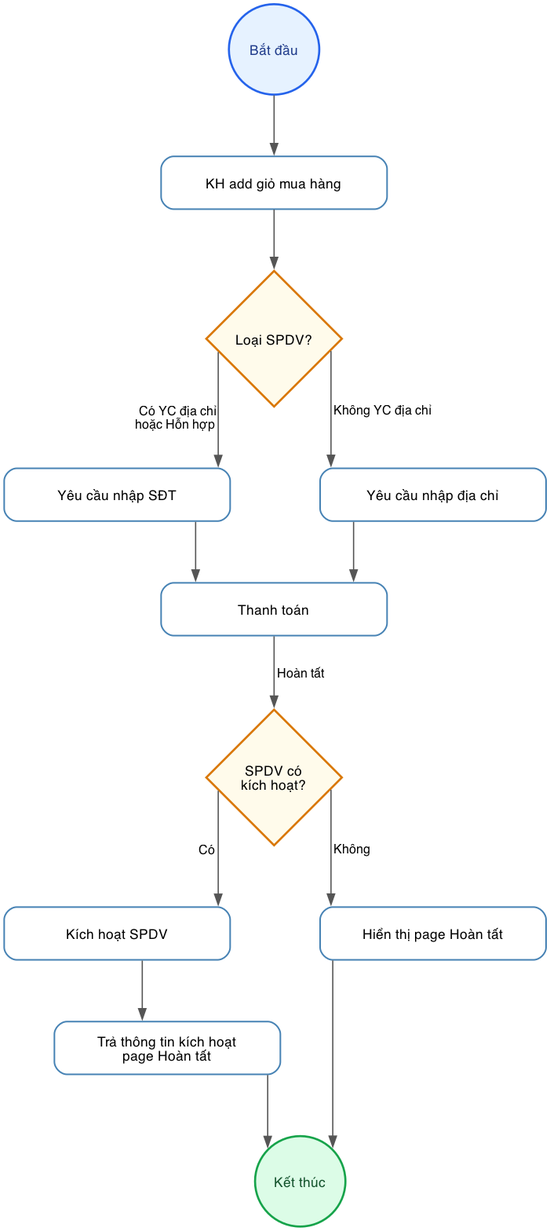
Above: diagrams/bpmn_shopping_cart.png in hathuy2706-BA/FPT (Graphviz), before the change. Its source is kept beside it as diagrams/bpmn_shopping_cart.dot.
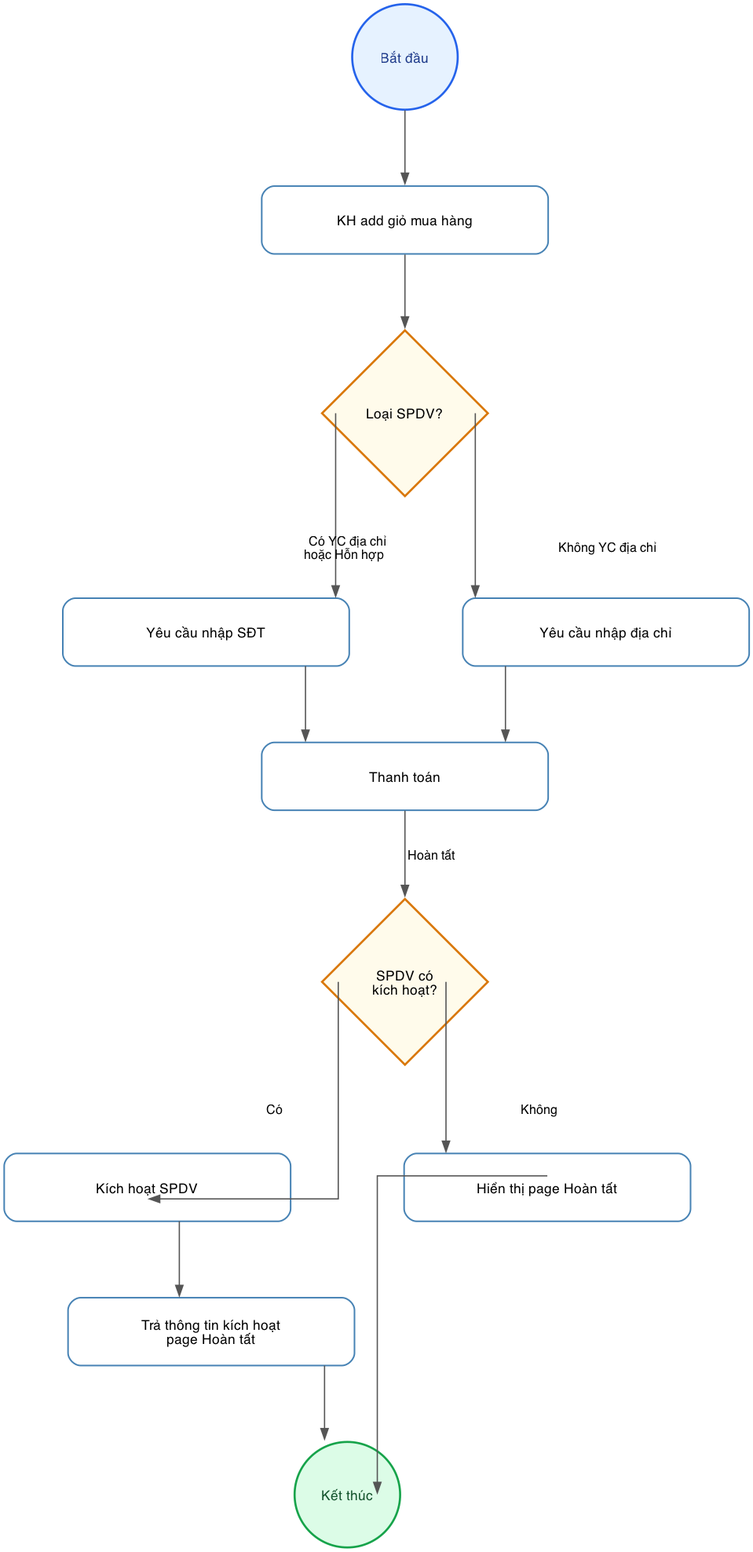
The same diagram one commit later.

Commit message:
Optimize orthogonal layout and increase box sizes

Diff of the diagram source:
```diff
@@ -2,23 +2,23 @@
     bgcolor="white";
     rankdir=TB;
     splines=ortho;
-    nodesep=1.2;
-    ranksep=0.8;
+    nodesep=1.5;
+    ranksep=1.0;
     newrank=true;
     compound=true;
     fontname="Times New Roman";
 
     edge [fontname="Times New Roman", fontsize=12, color="#555555", penwidth=1.2];
 
-    node [fontname="Times New Roman", fontsize=13, style="filled,bold", shape=circle, width=1.2, height=1.2, fixedsize=true, fillcolor="#E6F2FF", color="#2563EB", fontcolor="#1E3A8A", penwidth=2];
+    node [fontname="Times New Roman", fontsize=13, style="filled,bold", shape=circle, width=1.4, height=1.4, fixedsize=true, fillcolor="#E6F2FF", color="#2563EB", fontcolor="#1E3A8A", penwidth=2];
     start [label="Bắt đầu"];
     end_node [label="Kết thúc", fillcolor="#DCFCE7", color="#16A34A", fontcolor="#14532D"];
 
-    node [shape=diamond, width=1.8, height=1.8, fixedsize=true, fillcolor="#FFFBEB", color="#D97706", fontcolor="#000000"];
+    node [shape=diamond, width=2.2, height=2.2, fixedsize=true, fillcolor="#FFFBEB", color="#D97706", fontcolor="#000000"];
     check_type [label="Loại SPDV?"];
     check_activation [label="SPDV có\nkích hoạt?"];
 
-    node [shape=box, style="rounded,filled", width=3.0, height=0.7, fixedsize=true, fillcolor="white", color="#4682B4", fontcolor="#000000", penwidth=1.5];
+    node [shape=box, style="rounded,filled", width=3.8, height=0.9, fixedsize=true, fillcolor="white", color="#4682B4", fontcolor="#000000", penwidth=1.5];
     add_cart [label="KH add giỏ mua hàng"];
     req_phone [label="Yêu cầu nhập SĐT"];
     req_address [label="Yêu cầu nhập địa chỉ"];
@@ -30,21 +30,21 @@
     start -> add_cart;
     add_cart -> check_type;
 
-    check_type -> req_phone [xlabel=" Có YC địa chỉ\nhoặc Hỗn hợp "];
-    check_type -> req_address [xlabel=" Không YC địa chỉ "];
+    check_type:w -> req_phone:n [label=" Có YC địa chỉ\nhoặc Hỗn hợp ", labeldistance=2];
+    check_type:e -> req_address:n [label=" Không YC địa chỉ ", labeldistance=2];
 
-    req_phone -> payment;
-    req_address -> payment;
+    req_phone:s -> payment:n;
+    req_address:s -> payment:n;
 
     payment -> check_activation [label=" Hoàn tất "];
 
-    check_activation -> activate [xlabel=" Có "];
-    check_activation -> show_thanks_no_activate [xlabel=" Không "];
+    check_activation:w -> activate:n [label=" Có "];
+    check_activation:e -> show_thanks_no_activate:n [label=" Không "];
 
-    activate -> show_thanks_activate;
+    activate:s -> show_thanks_activate:n;
 
-    show_thanks_activate -> end_node;
-    show_thanks_no_activate -> end_node;
+    show_thanks_activate:s -> end_node:n;
+    show_thanks_no_activate:s -> end_node:e;
 
     { rank=same; req_phone; req_address; }
     { rank=same; activate; show_thanks_no_activate; }
```
